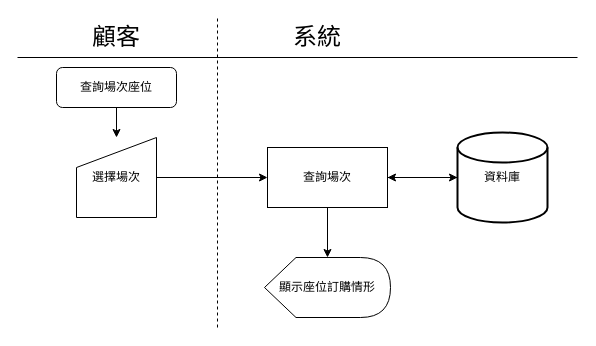
This is 流程圖/原檔/查詢場次座位.drawio from TYChicode/deepbowl, a draw.io file, before an edit. Source tidied: cells renumbered, new cells numbered last; positions are measured from the earlier drawing's top-left corner, leaving out a move shared by most shapes. Both pictures are drawn from the tidied source at 100%, with x=0, y=0 at pixel (17, 17).
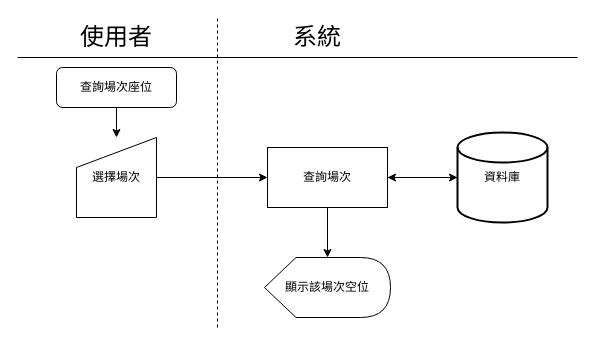
After the change.

The edit, as a diff of the source:
```diff
@@
 <mxGraphModel>
   <root>
     <mxCell id="0" />
     <mxCell id="1" parent="0" />
     <mxCell id="2" style="edgeStyle=orthogonalEdgeStyle;rounded=0;jettySize=auto;html=1;" parent="1" edge="1" source="3" target="9">
       <mxGeometry relative="1" as="geometry" />
     </mxCell>
     <mxCell id="3" value="查詢場次座位" style="rounded=1;whiteSpace=wrap;html=1;fontSize=12;glass=0;strokeWidth=1;shadow=0;" parent="1" vertex="1">
       <mxGeometry x="39" y="50" width="120" height="40" as="geometry" />
     </mxCell>
     <mxCell id="4" style="endArrow=none;html=1;" parent="1" edge="1">
       <mxGeometry relative="1" as="geometry">
         <mxPoint y="40" as="sourcePoint" />
         <mxPoint x="560" y="40" as="targetPoint" />
       </mxGeometry>
     </mxCell>
-    <mxCell id="5" value="&lt;font style=&quot;font-size: 24px&quot;&gt;顧客&lt;/font&gt;" style="text;html=1;strokeColor=none;fillColor=none;align=center;verticalAlign=middle;whiteSpace=wrap;rounded=0;" parent="1" vertex="1">
-      <mxGeometry x="74" y="10" width="50" height="20" as="geometry" />
+    <mxCell id="5" value="&lt;font style=&quot;font-size: 24px&quot;&gt;使用者&lt;/font&gt;" style="text;html=1;strokeColor=none;fillColor=none;align=center;verticalAlign=middle;whiteSpace=wrap;rounded=0;" parent="1" vertex="1">
+      <mxGeometry x="54" y="10" width="90" height="20" as="geometry" />
     </mxCell>
     <mxCell id="6" value="&lt;font style=&quot;font-size: 24px&quot;&gt;系統&lt;br&gt;&lt;/font&gt;" style="text;html=1;strokeColor=none;fillColor=none;align=center;verticalAlign=middle;whiteSpace=wrap;rounded=0;" parent="1" vertex="1">
       <mxGeometry x="275" y="10" width="50" height="20" as="geometry" />
     </mxCell>
     <mxCell id="7" style="endArrow=none;dashed=1;html=1;" parent="1" edge="1">
       <mxGeometry relative="1" as="geometry">
         <mxPoint x="200" y="310" as="sourcePoint" />
         <mxPoint x="200" as="targetPoint" />
       </mxGeometry>
     </mxCell>
     <mxCell id="8" style="edgeStyle=orthogonalEdgeStyle;rounded=0;jettySize=auto;html=1;" parent="1" edge="1" source="9" target="12">
       <mxGeometry relative="1" as="geometry" />
     </mxCell>
     <mxCell id="9" value="選擇場次" style="shape=manualInput;whiteSpace=wrap;html=1;" parent="1" vertex="1">
       <mxGeometry x="59" y="120" width="80" height="80" as="geometry" />
     </mxCell>
     <mxCell id="10" style="edgeStyle=orthogonalEdgeStyle;rounded=0;jettySize=auto;html=1;" parent="1" edge="1" source="12" target="14">
       <mxGeometry relative="1" as="geometry" />
     </mxCell>
     <mxCell id="11" style="edgeStyle=orthogonalEdgeStyle;rounded=0;jettySize=auto;html=1;" parent="1" edge="1" source="12" target="15">
       <mxGeometry relative="1" as="geometry" />
     </mxCell>
     <mxCell id="12" value="查詢場次" style="rounded=0;whiteSpace=wrap;html=1;" parent="1" vertex="1">
       <mxGeometry x="250" y="130" width="120" height="60" as="geometry" />
     </mxCell>
     <mxCell id="13" style="edgeStyle=orthogonalEdgeStyle;rounded=0;jettySize=auto;html=1;" parent="1" edge="1" source="14" target="12">
       <mxGeometry relative="1" as="geometry" />
     </mxCell>
     <mxCell id="14" value="資料庫" style="strokeWidth=2;html=1;shape=mxgraph.flowchart.database;whiteSpace=wrap;" parent="1" vertex="1">
       <mxGeometry x="440" y="115" width="90" height="90" as="geometry" />
     </mxCell>
-    <mxCell id="15" value="顯示座位訂購情形" style="shape=display;whiteSpace=wrap;html=1;" parent="1" vertex="1">
+    <mxCell id="15" value="顯示該場次空位" style="shape=display;whiteSpace=wrap;html=1;" parent="1" vertex="1">
       <mxGeometry x="247" y="240" width="126" height="60" as="geometry" />
     </mxCell>
   </root>
 </mxGraphModel>
```
